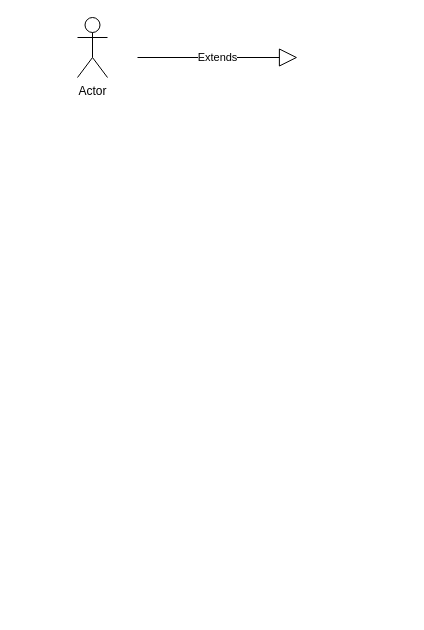
Above: Escola de Robótica Infantil.drawio in Jaogatao/Diagrama-De-Caso-De-Uso (draw.io), before the change. Source tidied: cells renumbered, new cells numbered last; positions are measured from the earlier drawing's top-left corner, leaving out a move shared by most shapes. Both pictures are drawn from the tidied source at 100%, with x=0, y=0 at pixel (77, 17).
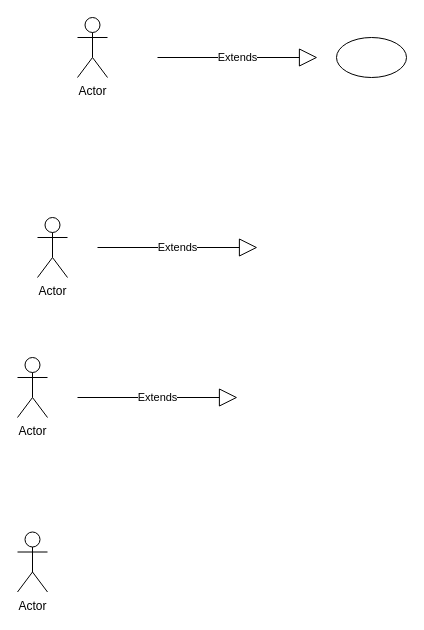
After the change.

Change to the diagram source:
```diff
@@
 <mxGraphModel>
   <root>
     <mxCell id="0" />
     <mxCell id="1" parent="0" />
     <mxCell id="2" value="Actor" style="shape=umlActor;verticalLabelPosition=bottom;verticalAlign=top;html=1;" parent="1" vertex="1">
       <mxGeometry width="30" height="60" as="geometry" />
     </mxCell>
     <mxCell id="3" value="Extends" style="endArrow=block;endSize=16;endFill=0;html=1;rounded=0;" parent="1" edge="1">
       <mxGeometry relative="1" as="geometry">
-        <mxPoint x="60" y="40" as="sourcePoint" />
-        <mxPoint x="220" y="40" as="targetPoint" />
+        <mxPoint x="80" y="40" as="sourcePoint" />
+        <mxPoint x="240" y="40" as="targetPoint" />
       </mxGeometry>
     </mxCell>
+    <mxCell id="4" value="Actor" style="shape=umlActor;verticalLabelPosition=bottom;verticalAlign=top;html=1;" parent="1" vertex="1">
+      <mxGeometry x="-40" y="200" width="30" height="60" as="geometry" />
+    </mxCell>
+    <mxCell id="5" value="Extends" style="endArrow=block;endSize=16;endFill=0;html=1;rounded=0;" parent="1" edge="1">
+      <mxGeometry relative="1" as="geometry">
+        <mxPoint y="380" as="sourcePoint" />
+        <mxPoint x="160" y="380" as="targetPoint" />
+      </mxGeometry>
+    </mxCell>
+    <mxCell id="6" value="Actor" style="shape=umlActor;verticalLabelPosition=bottom;verticalAlign=top;html=1;" parent="1" vertex="1">
+      <mxGeometry x="-60" y="340" width="30" height="60" as="geometry" />
+    </mxCell>
+    <mxCell id="7" value="Actor" style="shape=umlActor;verticalLabelPosition=bottom;verticalAlign=top;html=1;" parent="1" vertex="1">
+      <mxGeometry x="-60" y="514.5" width="30" height="60" as="geometry" />
+    </mxCell>
+    <mxCell id="8" value="Extends" style="endArrow=block;endSize=16;endFill=0;html=1;rounded=0;" parent="1" edge="1">
+      <mxGeometry relative="1" as="geometry">
+        <mxPoint x="20" y="230" as="sourcePoint" />
+        <mxPoint x="180" y="230" as="targetPoint" />
+      </mxGeometry>
+    </mxCell>
+    <mxCell id="9" style="ellipse;whiteSpace=wrap;html=1;" parent="1" vertex="1">
+      <mxGeometry x="259" y="20" width="70" height="40" as="geometry" />
+    </mxCell>
   </root>
 </mxGraphModel>
```
